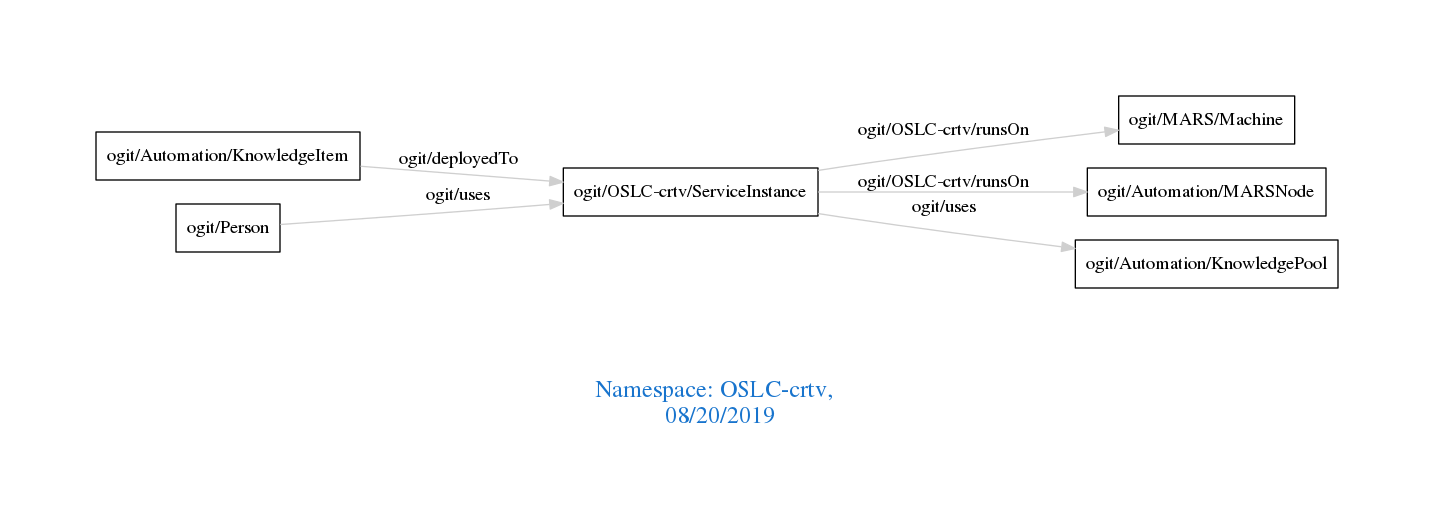
Before: downloads/OSLC-crtv.png, a diagram exported from Graphviz (arago/OGIT). Its source is kept beside it as downloads/OSLC-crtv.dot.
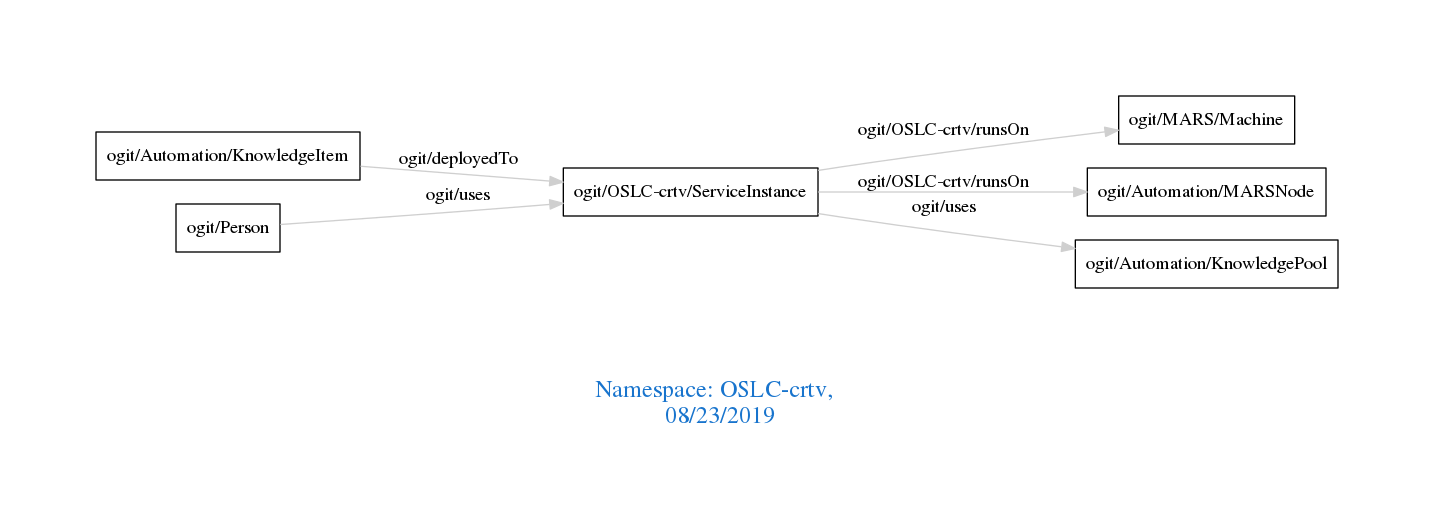
After the commit.

The edit, as a diff of the source:
```diff
@@ -1,7 +1,7 @@
 digraph OGIT_ontology {
  graph [ rankdir= LR,pad=1
 fontsize = 18,
-fontcolor= dodgerblue3,label = "\n\n\nNamespace: OSLC-crtv, \n 08/20/2019"];
+fontcolor= dodgerblue3,label = "\n\n\nNamespace: OSLC-crtv, \n 08/23/2019"];
 node[shape=polygon];
 edge [  color="gray81"];
 
```
